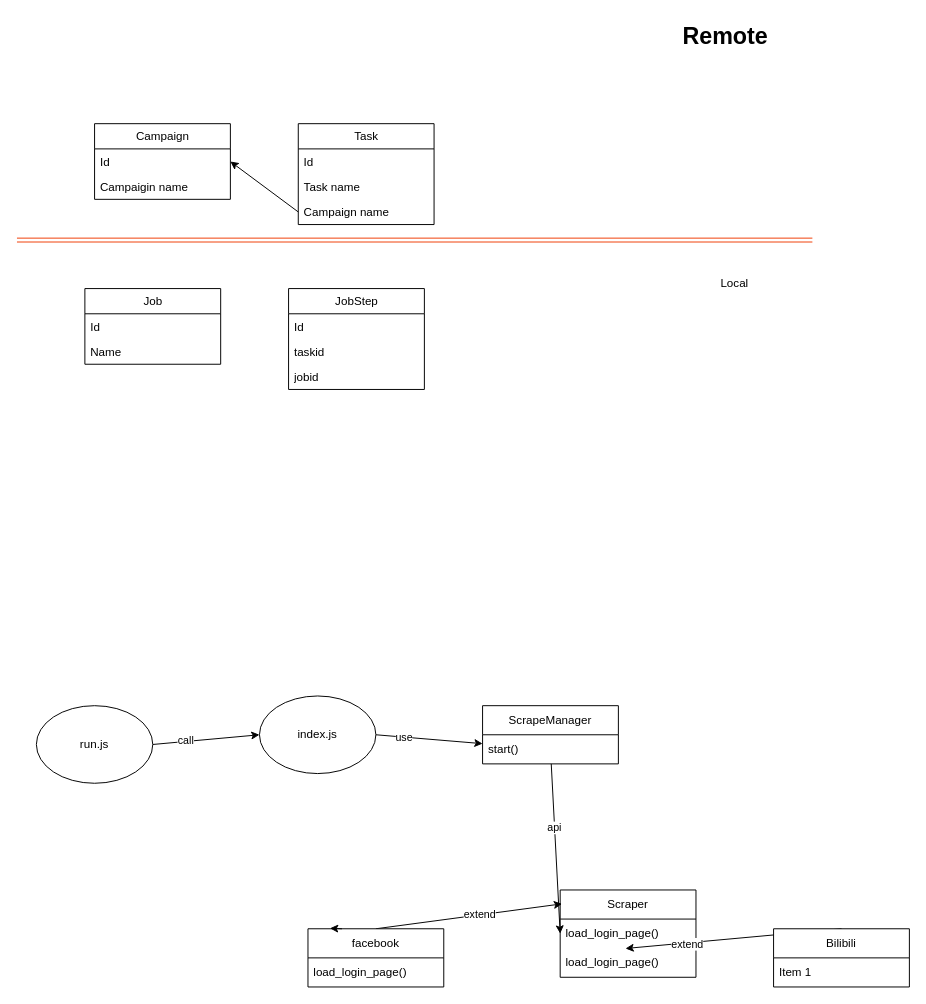
Earlier version of the draw.io diagram doc/class.drawio (robertzengcn/social-marketing). Source tidied: cells renumbered, new cells numbered last; positions are measured from the earlier drawing's top-left corner, leaving out a move shared by most shapes. Both pictures are drawn from the tidied source at 97%, with x=0, y=0 at pixel (16, 16).
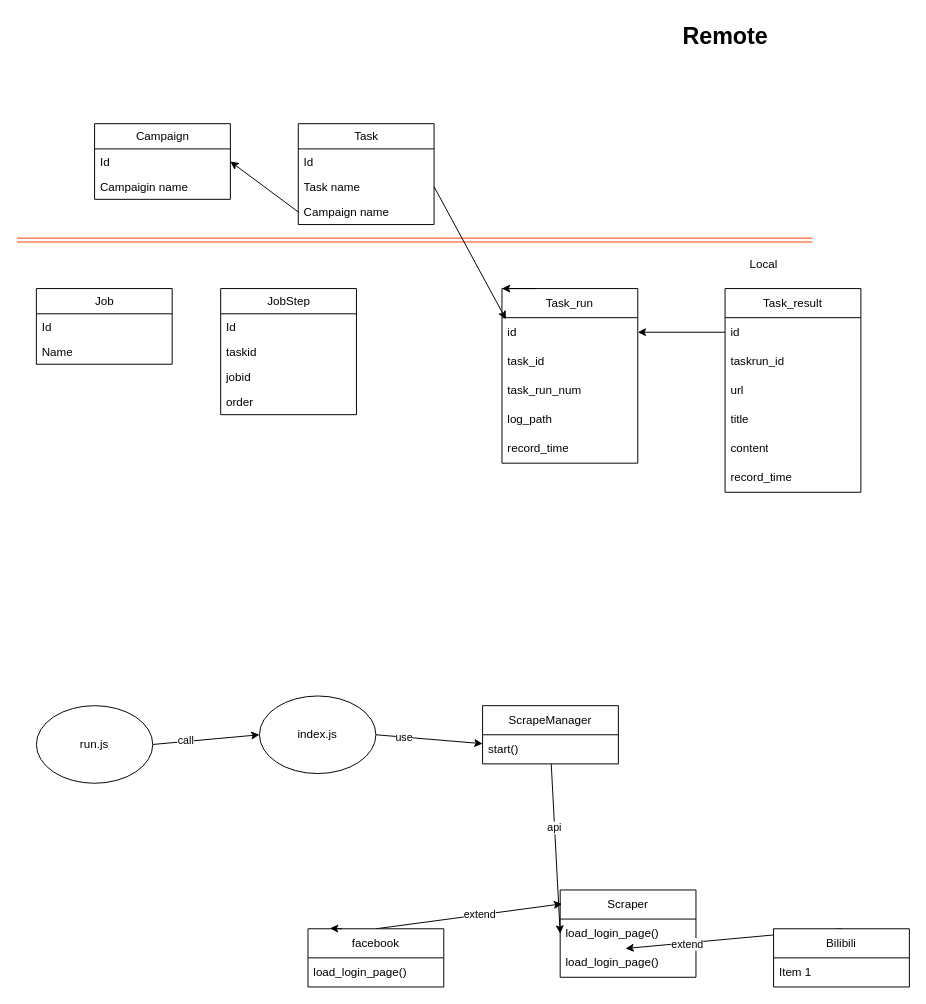
Above is the later version.

Unchanged cells that the change refers to:
```xml
<mxCell id="29" value="Task name" style="text;strokeColor=none;fillColor=none;align=left;verticalAlign=top;spacingLeft=4;spacingRight=4;overflow=hidden;points=[[0,0.5],[1,0.5]];portConstraint=eastwest;whiteSpace=wrap;html=1;" parent="27" vertex="1">
  <mxGeometry y="52" width="140" height="26" as="geometry" />
</mxCell>
```

What changed in the source:
```diff
@@
     <mxCell id="32" value="Job" style="swimlane;fontStyle=0;horizontal=1;startSize=26;fillColor=none;html=1;" parent="1" vertex="1">
-      <mxGeometry x="70" y="280" width="140" height="78" as="geometry" />
+      <mxGeometry x="20" y="280" width="140" height="78" as="geometry" />
     </mxCell>
@@
     <mxCell id="35" value="JobStep" style="swimlane;fontStyle=0;horizontal=1;startSize=26;fillColor=none;html=1;" parent="1" vertex="1">
-      <mxGeometry x="280" y="280" width="140" height="104" as="geometry" />
+      <mxGeometry x="210" y="280" width="140" height="130" as="geometry" />
     </mxCell>
@@
+    <mxCell id="42" value="order" style="text;strokeColor=none;fillColor=none;align=left;verticalAlign=top;spacingLeft=4;spacingRight=4;overflow=hidden;whiteSpace=wrap;html=1;" parent="35" vertex="1">
+      <mxGeometry y="104" width="140" height="26" as="geometry" />
+    </mxCell>
@@
     <mxCell id="41" value="Local" style="text;html=1;strokeColor=none;fillColor=none;align=center;verticalAlign=middle;whiteSpace=wrap;rounded=0;" parent="1" vertex="1">
-      <mxGeometry x="710" y="260" width="60" height="30" as="geometry" />
+      <mxGeometry x="740" y="240" width="60" height="30" as="geometry" />
     </mxCell>
+    <mxCell id="43" value="Task_run" style="swimlane;fontStyle=0;horizontal=1;startSize=30;whiteSpace=wrap;html=1;" parent="1" vertex="1">
+      <mxGeometry x="500" y="280" width="140" height="180" as="geometry" />
+    </mxCell>
+    <mxCell id="44" value="id" style="text;strokeColor=none;fillColor=none;align=left;verticalAlign=middle;spacingLeft=4;spacingRight=4;overflow=hidden;points=[[0,0.5],[1,0.5]];portConstraint=eastwest;whiteSpace=wrap;html=1;" parent="43" vertex="1">
+      <mxGeometry y="30" width="140" height="30" as="geometry" />
+    </mxCell>
+    <mxCell id="45" value="task_id" style="text;strokeColor=none;fillColor=none;align=left;verticalAlign=middle;spacingLeft=4;spacingRight=4;overflow=hidden;whiteSpace=wrap;html=1;" parent="43" vertex="1">
+      <mxGeometry y="60" width="140" height="30" as="geometry" />
+    </mxCell>
+    <mxCell id="46" value="task_run_num" style="text;strokeColor=none;fillColor=none;align=left;verticalAlign=middle;spacingLeft=4;spacingRight=4;overflow=hidden;whiteSpace=wrap;html=1;" parent="43" vertex="1">
+      <mxGeometry y="90" width="140" height="30" as="geometry" />
+    </mxCell>
+    <mxCell id="47" value="log_path" style="text;strokeColor=none;fillColor=none;align=left;verticalAlign=middle;spacingLeft=4;spacingRight=4;overflow=hidden;whiteSpace=wrap;html=1;" parent="43" vertex="1">
+      <mxGeometry y="120" width="140" height="30" as="geometry" />
+    </mxCell>
+    <mxCell id="48" value="record_time" style="text;strokeColor=none;fillColor=none;align=left;verticalAlign=middle;spacingLeft=4;spacingRight=4;overflow=hidden;whiteSpace=wrap;html=1;" parent="43" vertex="1">
+      <mxGeometry y="150" width="140" height="30" as="geometry" />
+    </mxCell>
+    <mxCell id="49" style="edgeStyle=none;html=1;exitX=0.25;exitY=0;exitDx=0;exitDy=0;entryX=0;entryY=0;entryDx=0;entryDy=0;" parent="1" edge="1" source="43" target="43">
+      <mxGeometry relative="1" as="geometry" />
+    </mxCell>
+    <mxCell id="50" value="Task_result" style="swimlane;fontStyle=0;horizontal=1;startSize=30;whiteSpace=wrap;html=1;" parent="1" vertex="1">
+      <mxGeometry x="730" y="280" width="140" height="210" as="geometry" />
+    </mxCell>
+    <mxCell id="51" value="id" style="text;strokeColor=none;fillColor=none;align=left;verticalAlign=middle;spacingLeft=4;spacingRight=4;overflow=hidden;points=[[0,0.5],[1,0.5]];portConstraint=eastwest;whiteSpace=wrap;html=1;" parent="50" vertex="1">
+      <mxGeometry y="30" width="140" height="30" as="geometry" />
+    </mxCell>
+    <mxCell id="52" value="taskrun_id" style="text;strokeColor=none;fillColor=none;align=left;verticalAlign=middle;spacingLeft=4;spacingRight=4;overflow=hidden;whiteSpace=wrap;html=1;" parent="50" vertex="1">
+      <mxGeometry y="60" width="140" height="30" as="geometry" />
+    </mxCell>
+    <mxCell id="53" value="url" style="text;strokeColor=none;fillColor=none;align=left;verticalAlign=middle;spacingLeft=4;spacingRight=4;overflow=hidden;whiteSpace=wrap;html=1;" parent="50" vertex="1">
+      <mxGeometry y="90" width="140" height="30" as="geometry" />
+    </mxCell>
+    <mxCell id="54" value="title" style="text;strokeColor=none;fillColor=none;align=left;verticalAlign=middle;spacingLeft=4;spacingRight=4;overflow=hidden;whiteSpace=wrap;html=1;" parent="50" vertex="1">
+      <mxGeometry y="120" width="140" height="30" as="geometry" />
+    </mxCell>
+    <mxCell id="55" value="content" style="text;strokeColor=none;fillColor=none;align=left;verticalAlign=middle;spacingLeft=4;spacingRight=4;overflow=hidden;whiteSpace=wrap;html=1;" parent="50" vertex="1">
+      <mxGeometry y="150" width="140" height="30" as="geometry" />
+    </mxCell>
+    <mxCell id="56" value="record_time" style="text;strokeColor=none;fillColor=none;align=left;verticalAlign=middle;spacingLeft=4;spacingRight=4;overflow=hidden;whiteSpace=wrap;html=1;" parent="50" vertex="1">
+      <mxGeometry y="180" width="140" height="30" as="geometry" />
+    </mxCell>
+    <mxCell id="57" style="edgeStyle=none;html=1;exitX=1;exitY=0.5;exitDx=0;exitDy=0;entryX=0.029;entryY=0.053;entryDx=0;entryDy=0;entryPerimeter=0;" parent="1" edge="1" source="29" target="44">
+      <mxGeometry relative="1" as="geometry" />
+    </mxCell>
+    <mxCell id="58" style="edgeStyle=none;html=1;exitX=0;exitY=0.5;exitDx=0;exitDy=0;entryX=1;entryY=0.5;entryDx=0;entryDy=0;" parent="1" edge="1" source="51" target="44">
+      <mxGeometry relative="1" as="geometry" />
+    </mxCell>
```
